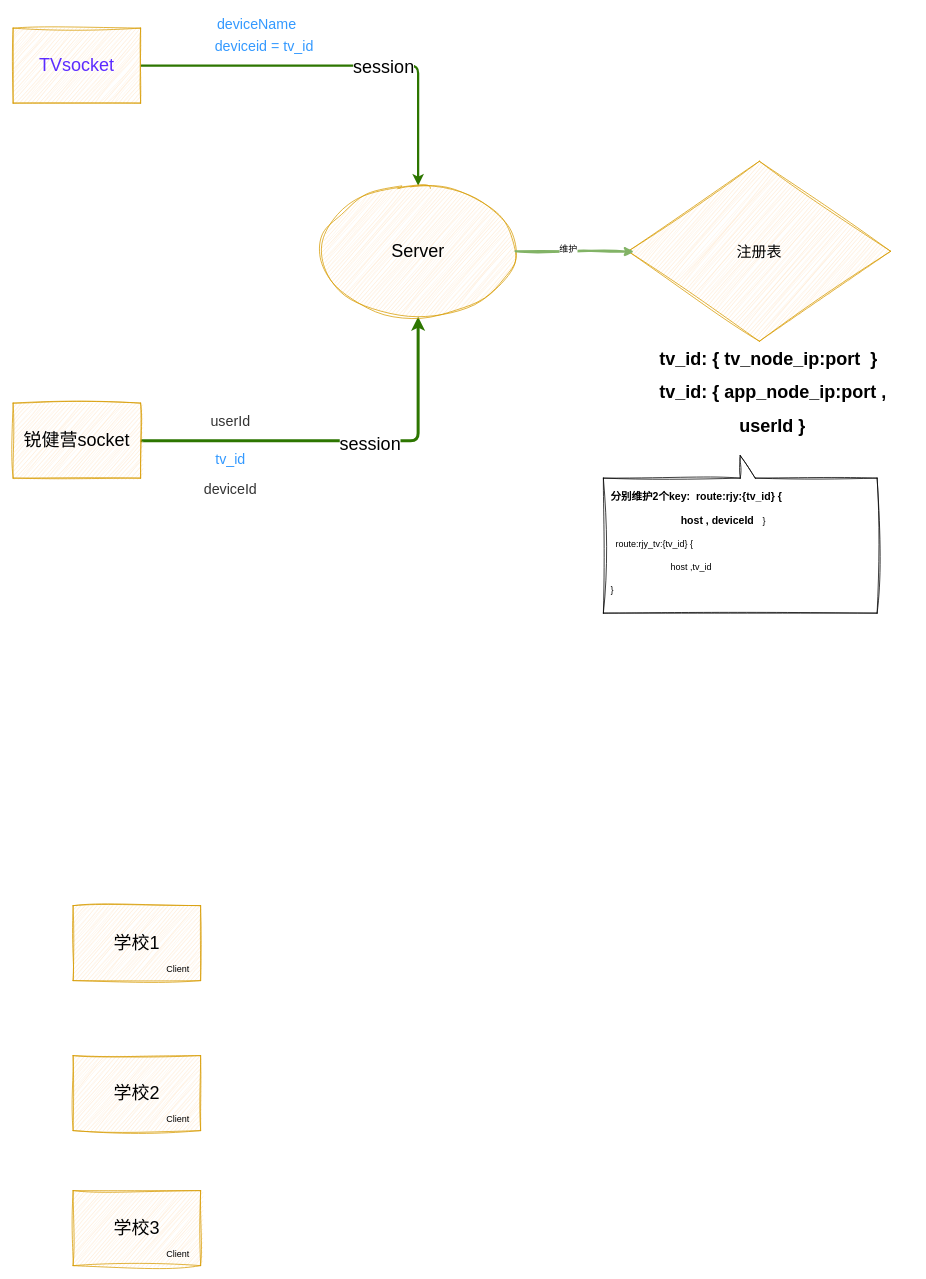
Earlier version of the draw.io diagram page "锐健营TV websocket设计" (6 of 6) of GCroot.drawio (nayouzhenai/java_web). Source tidied: cells renumbered, new cells numbered last; positions are measured from the earlier drawing's top-left corner, leaving out a move shared by most shapes. Both pictures are drawn from the tidied source at 75%, with x=0, y=0 at pixel (13, 13).
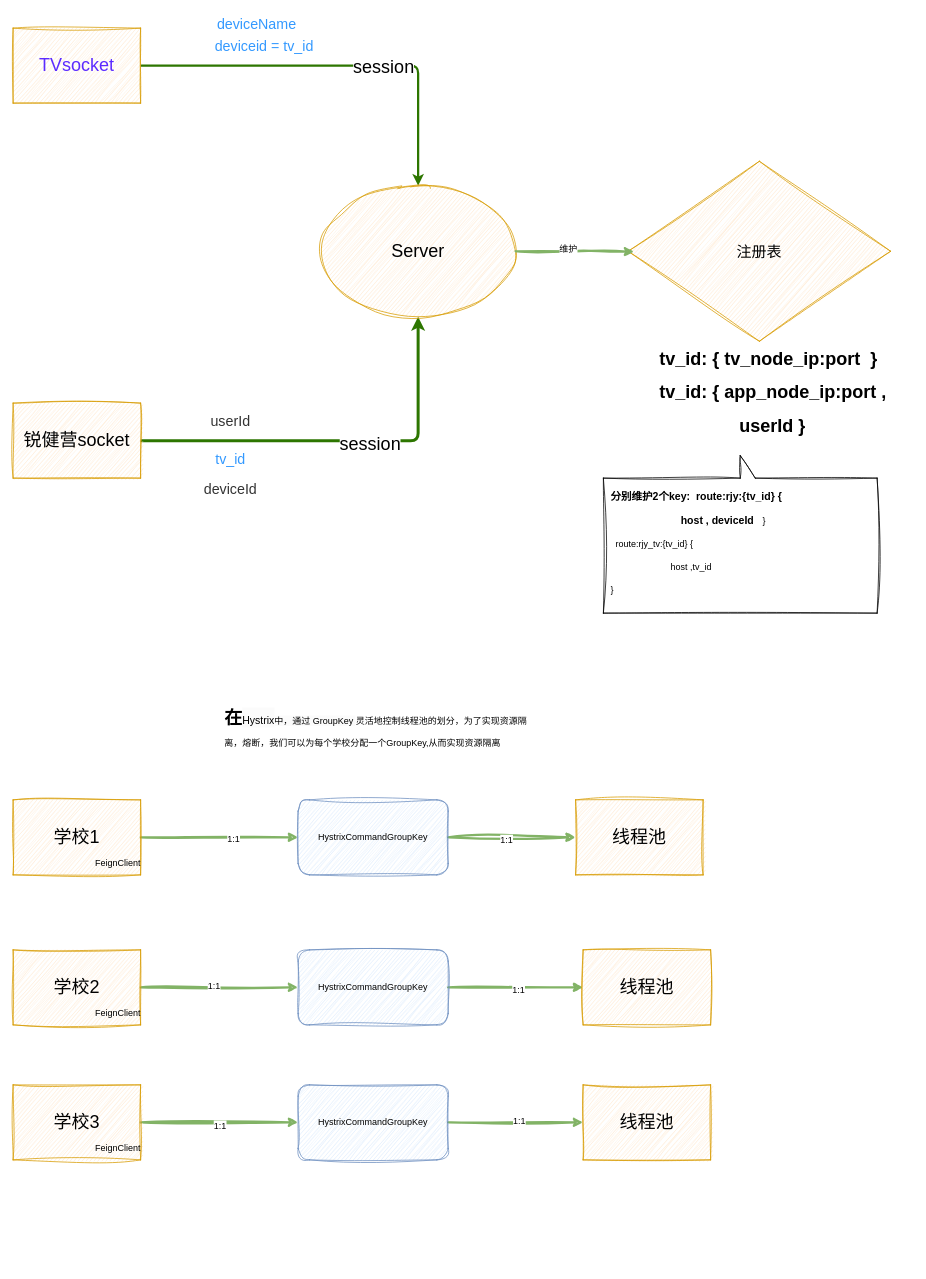
The same page after the edit.

Diff of the diagram source:
```diff
@@
+    <mxCell id="26" style="edgeStyle=orthogonalEdgeStyle;shape=connector;rounded=0;sketch=1;jiggle=2;curveFitting=1;jettySize=auto;html=1;exitX=1;exitY=0.5;exitDx=0;exitDy=0;entryX=0;entryY=0.5;entryDx=0;entryDy=0;shadow=0;strokeColor=#82b366;strokeWidth=3;align=center;verticalAlign=middle;fontFamily=Helvetica;fontSize=12;fontColor=default;labelBackgroundColor=default;endArrow=classic;fillColor=#d5e8d4;" parent="1" edge="1" source="20" target="36">
+      <mxGeometry relative="1" as="geometry" />
+    </mxCell>
+    <mxCell id="27" value="1:1" style="edgeLabel;html=1;align=center;verticalAlign=middle;rounded=0;shadow=0;sketch=1;jiggle=2;curveFitting=1;strokeColor=#d79b00;fontFamily=Helvetica;fontSize=12;fontColor=default;labelBackgroundColor=default;fillColor=#ffe6cc;" parent="26" vertex="1">
+      <mxGeometry x="0.17" y="-2" relative="1" as="geometry" />
+    </mxCell>
     <mxCell id="20" value="&lt;font style=&quot;font-size: 24px;&quot;&gt;学校1&lt;/font&gt;" style="rounded=0;whiteSpace=wrap;html=1;shadow=0;sketch=1;curveFitting=1;jiggle=2;fillColor=#ffe6cc;strokeColor=#d79b00;" parent="1" vertex="1">
-      <mxGeometry x="80" y="1190" width="170" height="100" as="geometry" />
+      <mxGeometry y="1049" width="170" height="100" as="geometry" />
     </mxCell>
+    <mxCell id="28" style="edgeStyle=orthogonalEdgeStyle;shape=connector;rounded=0;sketch=1;jiggle=2;curveFitting=1;jettySize=auto;html=1;exitX=1;exitY=0.5;exitDx=0;exitDy=0;entryX=0;entryY=0.5;entryDx=0;entryDy=0;shadow=0;strokeColor=#82b366;strokeWidth=3;align=center;verticalAlign=middle;fontFamily=Helvetica;fontSize=12;fontColor=default;labelBackgroundColor=default;endArrow=classic;fillColor=#d5e8d4;" parent="1" edge="1" source="21" target="39">
+      <mxGeometry relative="1" as="geometry" />
+    </mxCell>
+    <mxCell id="29" value="1:1" style="edgeLabel;html=1;align=center;verticalAlign=middle;rounded=0;shadow=0;sketch=1;jiggle=2;curveFitting=1;strokeColor=#d79b00;fontFamily=Helvetica;fontSize=12;fontColor=default;labelBackgroundColor=default;fillColor=#ffe6cc;" parent="28" vertex="1">
+      <mxGeometry x="-0.08" y="2" relative="1" as="geometry" />
+    </mxCell>
     <mxCell id="21" value="&lt;font style=&quot;font-size: 24px;&quot;&gt;学校2&lt;/font&gt;" style="rounded=0;whiteSpace=wrap;html=1;shadow=0;sketch=1;curveFitting=1;jiggle=2;fillColor=#ffe6cc;strokeColor=#d79b00;" parent="1" vertex="1">
-      <mxGeometry x="80" y="1390" width="170" height="100" as="geometry" />
+      <mxGeometry y="1249" width="170" height="100" as="geometry" />
     </mxCell>
+    <mxCell id="30" style="edgeStyle=orthogonalEdgeStyle;shape=connector;rounded=0;sketch=1;jiggle=2;curveFitting=1;jettySize=auto;html=1;shadow=0;strokeColor=#82b366;strokeWidth=3;align=center;verticalAlign=middle;fontFamily=Helvetica;fontSize=12;fontColor=default;labelBackgroundColor=default;endArrow=classic;fillColor=#d5e8d4;" parent="1" edge="1" source="22" target="42">
+      <mxGeometry relative="1" as="geometry" />
+    </mxCell>
+    <mxCell id="31" value="1:1" style="edgeLabel;html=1;align=center;verticalAlign=middle;rounded=0;shadow=0;sketch=1;jiggle=2;curveFitting=1;strokeColor=#d79b00;fontFamily=Helvetica;fontSize=12;fontColor=default;labelBackgroundColor=default;fillColor=#ffe6cc;" parent="30" vertex="1">
+      <mxGeometry y="-4" relative="1" as="geometry" />
+    </mxCell>
     <mxCell id="22" value="&lt;font style=&quot;font-size: 24px;&quot;&gt;学校3&lt;/font&gt;" style="rounded=0;whiteSpace=wrap;html=1;shadow=0;sketch=1;curveFitting=1;jiggle=2;fillColor=#ffe6cc;strokeColor=#d79b00;" parent="1" vertex="1">
-      <mxGeometry x="80" y="1570" width="170" height="100" as="geometry" />
+      <mxGeometry y="1429" width="170" height="100" as="geometry" />
     </mxCell>
-    <mxCell id="23" value="Client" style="text;html=1;align=center;verticalAlign=middle;whiteSpace=wrap;rounded=0;fontFamily=Helvetica;fontSize=12;fontColor=default;" parent="1" vertex="1">
-      <mxGeometry x="190" y="1460" width="60" height="30" as="geometry" />
+    <mxCell id="23" value="&lt;span style=&quot;white-space-collapse: preserve; background-color: transparent; color: light-dark(rgb(0, 0, 0), rgb(255, 255, 255));&quot;&gt;Feign&lt;/span&gt;Client" style="text;html=1;align=center;verticalAlign=middle;whiteSpace=wrap;rounded=0;fontFamily=Helvetica;fontSize=12;fontColor=default;" parent="1" vertex="1">
+      <mxGeometry x="110" y="1319" width="60" height="30" as="geometry" />
     </mxCell>
-    <mxCell id="24" value="Client" style="text;html=1;align=center;verticalAlign=middle;whiteSpace=wrap;rounded=0;fontFamily=Helvetica;fontSize=12;fontColor=default;" parent="1" vertex="1">
-      <mxGeometry x="190" y="1640" width="60" height="30" as="geometry" />
-    </mxCell>
-    <mxCell id="25" value="Client" style="text;html=1;align=center;verticalAlign=middle;whiteSpace=wrap;rounded=0;fontFamily=Helvetica;fontSize=12;fontColor=default;" parent="1" vertex="1">
-      <mxGeometry x="190" y="1260" width="60" height="30" as="geometry" />
-    </mxCell>
+    <mxCell id="32" value="&lt;span style=&quot;white-space-collapse: preserve; background-color: transparent; color: light-dark(rgb(0, 0, 0), rgb(255, 255, 255));&quot;&gt;Feign&lt;/span&gt;Client" style="text;html=1;align=center;verticalAlign=middle;whiteSpace=wrap;rounded=0;fontFamily=Helvetica;fontSize=12;fontColor=default;" parent="1" vertex="1">
+      <mxGeometry x="110" y="1499" width="60" height="30" as="geometry" />
+    </mxCell>
+    <mxCell id="33" value="&lt;span style=&quot;white-space-collapse: preserve; background-color: transparent; color: light-dark(rgb(0, 0, 0), rgb(255, 255, 255));&quot;&gt;Feign&lt;/span&gt;Client" style="text;html=1;align=center;verticalAlign=middle;whiteSpace=wrap;rounded=0;fontFamily=Helvetica;fontSize=12;fontColor=default;" parent="1" vertex="1">
+      <mxGeometry x="110" y="1119" width="60" height="30" as="geometry" />
+    </mxCell>
+    <mxCell id="34" style="edgeStyle=orthogonalEdgeStyle;shape=connector;rounded=0;sketch=1;jiggle=2;curveFitting=1;jettySize=auto;html=1;exitX=1;exitY=0.5;exitDx=0;exitDy=0;shadow=0;strokeColor=#82b366;strokeWidth=3;align=center;verticalAlign=middle;fontFamily=Helvetica;fontSize=12;fontColor=default;labelBackgroundColor=default;endArrow=classic;fillColor=#d5e8d4;" parent="1" edge="1" source="36" target="43">
+      <mxGeometry relative="1" as="geometry" />
+    </mxCell>
+    <mxCell id="35" value="1:1" style="edgeLabel;html=1;align=center;verticalAlign=middle;rounded=0;shadow=0;sketch=1;jiggle=2;curveFitting=1;strokeColor=#d79b00;fontFamily=Helvetica;fontSize=12;fontColor=default;labelBackgroundColor=default;fillColor=#ffe6cc;" parent="34" vertex="1">
+      <mxGeometry x="-0.09" y="-3" relative="1" as="geometry" />
+    </mxCell>
+    <mxCell id="36" value="HystrixCommandGroupKey" style="rounded=1;whiteSpace=wrap;html=1;shadow=0;sketch=1;jiggle=2;curveFitting=1;strokeColor=#6c8ebf;align=center;verticalAlign=middle;fontFamily=Helvetica;fontSize=12;fillColor=#dae8fc;" parent="1" vertex="1">
+      <mxGeometry x="380" y="1049" width="200" height="100" as="geometry" />
+    </mxCell>
+    <mxCell id="37" style="edgeStyle=orthogonalEdgeStyle;shape=connector;rounded=0;sketch=1;jiggle=2;curveFitting=1;jettySize=auto;html=1;exitX=1;exitY=0.5;exitDx=0;exitDy=0;entryX=0;entryY=0.5;entryDx=0;entryDy=0;shadow=0;strokeColor=#82b366;strokeWidth=3;align=center;verticalAlign=middle;fontFamily=Helvetica;fontSize=12;fontColor=default;labelBackgroundColor=default;endArrow=classic;fillColor=#d5e8d4;" parent="1" edge="1" source="39" target="44">
+      <mxGeometry relative="1" as="geometry" />
+    </mxCell>
+    <mxCell id="38" value="1:1" style="edgeLabel;html=1;align=center;verticalAlign=middle;rounded=0;shadow=0;sketch=1;jiggle=2;curveFitting=1;strokeColor=#d79b00;fontFamily=Helvetica;fontSize=12;fontColor=default;labelBackgroundColor=default;fillColor=#ffe6cc;" parent="37" vertex="1">
+      <mxGeometry x="0.03" y="-3" relative="1" as="geometry" />
+    </mxCell>
+    <mxCell id="39" value="HystrixCommandGroupKey" style="rounded=1;whiteSpace=wrap;html=1;shadow=0;sketch=1;jiggle=2;curveFitting=1;strokeColor=#6c8ebf;align=center;verticalAlign=middle;fontFamily=Helvetica;fontSize=12;fillColor=#dae8fc;" parent="1" vertex="1">
+      <mxGeometry x="380" y="1249" width="200" height="100" as="geometry" />
+    </mxCell>
+    <mxCell id="40" style="edgeStyle=orthogonalEdgeStyle;shape=connector;rounded=0;sketch=1;jiggle=2;curveFitting=1;jettySize=auto;html=1;exitX=1;exitY=0.5;exitDx=0;exitDy=0;entryX=0;entryY=0.5;entryDx=0;entryDy=0;shadow=0;strokeColor=#82b366;strokeWidth=3;align=center;verticalAlign=middle;fontFamily=Helvetica;fontSize=12;fontColor=default;labelBackgroundColor=default;endArrow=classic;fillColor=#d5e8d4;" parent="1" edge="1" source="42" target="45">
+      <mxGeometry relative="1" as="geometry" />
+    </mxCell>
+    <mxCell id="41" value="1:1" style="edgeLabel;html=1;align=center;verticalAlign=middle;rounded=0;shadow=0;sketch=1;jiggle=2;curveFitting=1;strokeColor=#d79b00;fontFamily=Helvetica;fontSize=12;fontColor=default;labelBackgroundColor=default;fillColor=#ffe6cc;" parent="40" vertex="1">
+      <mxGeometry x="0.04" y="3" relative="1" as="geometry" />
+    </mxCell>
+    <mxCell id="42" value="HystrixCommandGroupKey" style="rounded=1;whiteSpace=wrap;html=1;shadow=0;sketch=1;jiggle=2;curveFitting=1;strokeColor=#6c8ebf;align=center;verticalAlign=middle;fontFamily=Helvetica;fontSize=12;fillColor=#dae8fc;" parent="1" vertex="1">
+      <mxGeometry x="380" y="1429" width="200" height="100" as="geometry" />
+    </mxCell>
+    <mxCell id="43" value="&lt;span style=&quot;font-size: 24px;&quot;&gt;线程池&lt;/span&gt;" style="rounded=0;whiteSpace=wrap;html=1;shadow=0;sketch=1;curveFitting=1;jiggle=2;fillColor=#ffe6cc;strokeColor=#d79b00;" parent="1" vertex="1">
+      <mxGeometry x="750" y="1049" width="170" height="100" as="geometry" />
+    </mxCell>
+    <mxCell id="44" value="&lt;span style=&quot;font-size: 24px;&quot;&gt;线程池&lt;/span&gt;" style="rounded=0;whiteSpace=wrap;html=1;shadow=0;sketch=1;curveFitting=1;jiggle=2;fillColor=#ffe6cc;strokeColor=#d79b00;" parent="1" vertex="1">
+      <mxGeometry x="760" y="1249" width="170" height="100" as="geometry" />
+    </mxCell>
+    <mxCell id="45" value="&lt;span style=&quot;font-size: 24px;&quot;&gt;线程池&lt;/span&gt;" style="rounded=0;whiteSpace=wrap;html=1;shadow=0;sketch=1;curveFitting=1;jiggle=2;fillColor=#ffe6cc;strokeColor=#d79b00;" parent="1" vertex="1">
+      <mxGeometry x="760" y="1429" width="170" height="100" as="geometry" />
+    </mxCell>
+    <mxCell id="46" value="&lt;h1 style=&quot;margin-top: 0px;&quot;&gt;在&lt;span style=&quot;background-color: rgb(251, 251, 251); text-align: center; color: light-dark(rgb(0, 0, 0), rgb(255, 255, 255)); font-weight: normal;&quot;&gt;&lt;font style=&quot;font-size: 14px;&quot;&gt;Hystrix&lt;/font&gt;&lt;/span&gt;&lt;span style=&quot;background-color: rgb(251, 251, 251); text-align: center; color: light-dark(rgb(0, 0, 0), rgb(255, 255, 255)); font-size: 12px; font-weight: normal;&quot;&gt;中，通过 GroupKey&amp;nbsp;&lt;/span&gt;&lt;span style=&quot;background-color: light-dark(#ffffff, var(--ge-dark-color, #121212)); color: light-dark(rgb(0, 0, 0), rgb(255, 255, 255)); font-size: 12px; font-weight: normal;&quot;&gt;灵活地控制线程池的划分，为了实现资源隔离，熔断，我们可以为每个学校分配一个GroupKey,从而实现资源隔离&lt;/span&gt;&lt;/h1&gt;" style="text;html=1;whiteSpace=wrap;overflow=hidden;rounded=0;fontFamily=Helvetica;fontSize=12;fontColor=default;labelBackgroundColor=default;" parent="1" vertex="1">
+      <mxGeometry x="280" y="919" width="409" height="110" as="geometry" />
+    </mxCell>
```
